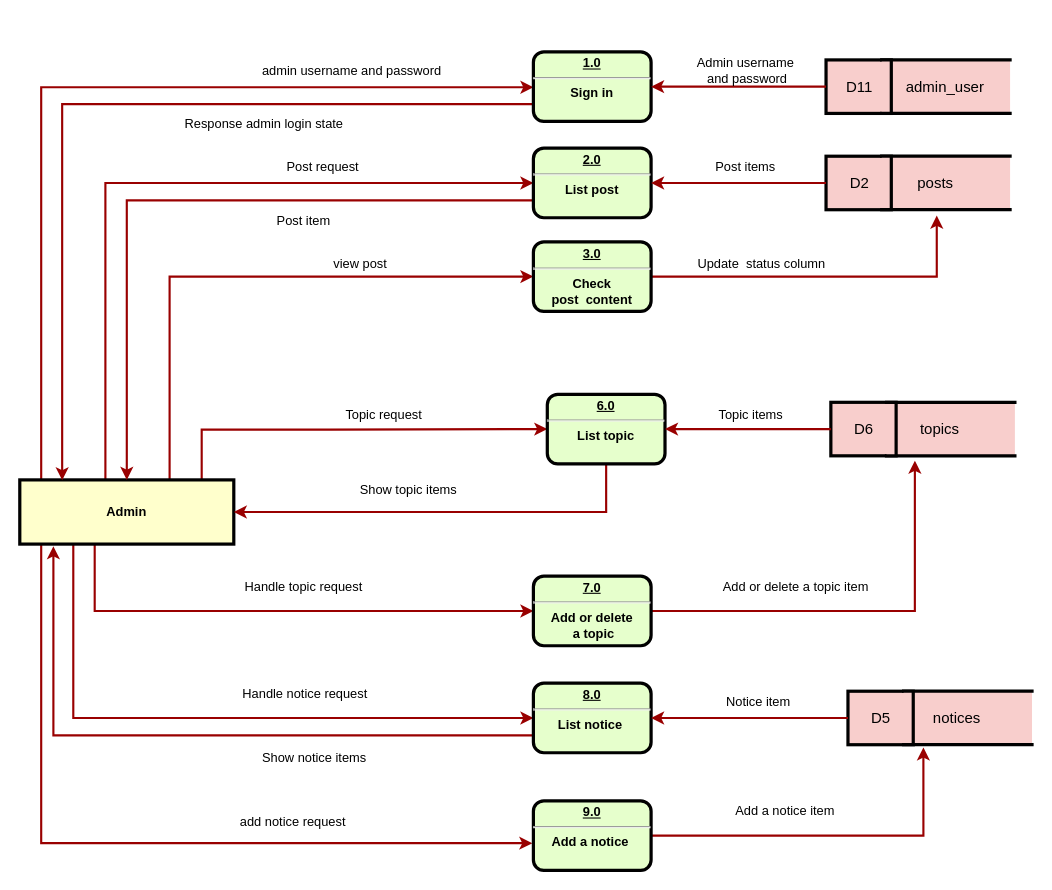
Earlier version of the draw.io diagram docs/admin.drawio (loveagri/zhihu). Source tidied: cells renumbered, new cells numbered last; positions are measured from the earlier drawing's top-left corner, leaving out a move shared by most shapes. Both pictures are drawn from the tidied source at 107%, with x=0, y=0 at pixel (19, 51).
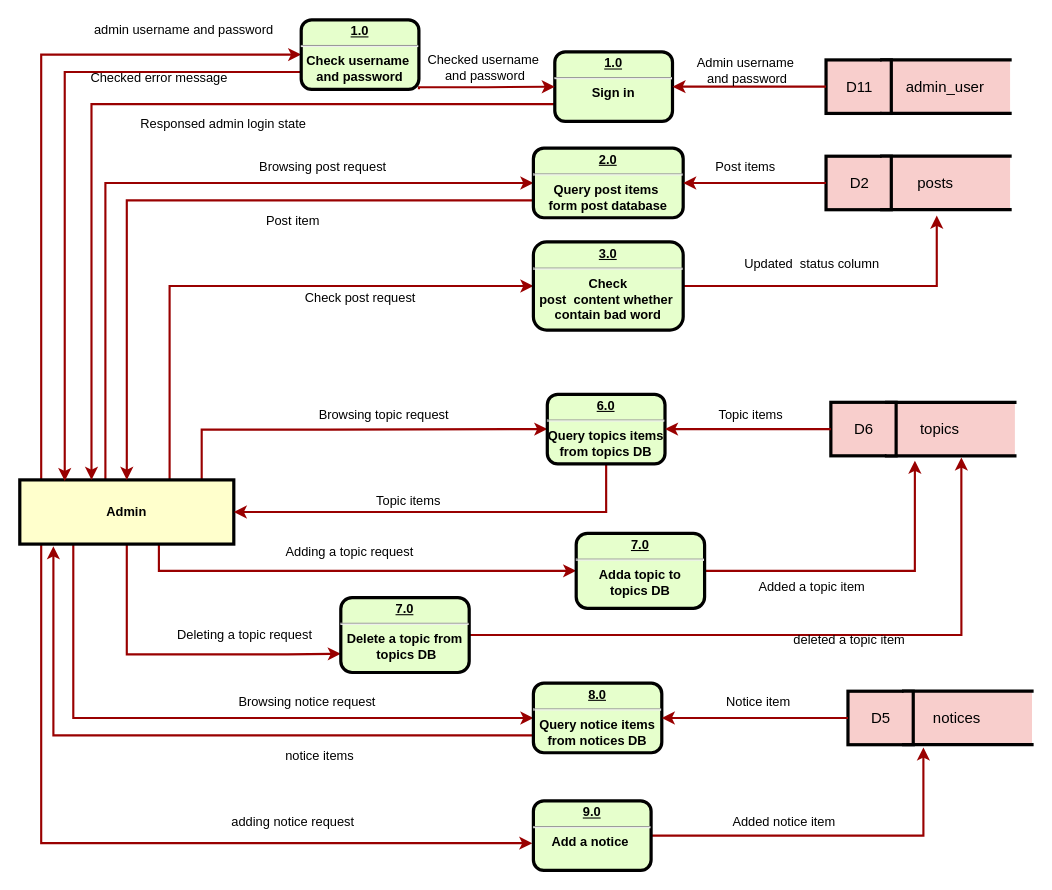
Above is the later version.

Unchanged cells that the change refers to:
```xml
<mxCell id="6" style="shape=partialRectangle;whiteSpace=wrap;html=1;left=0;right=0;fillColor=#f8cecc;strokeColor=#000000;strokeWidth=3;" parent="4" vertex="1">
  <mxGeometry x="52" width="120" height="50" as="geometry" />
</mxCell>
<mxCell id="17" value="Admin" style="whiteSpace=wrap;align=center;verticalAlign=middle;fontStyle=1;strokeWidth=3;fillColor=#FFFFCC;" parent="1" vertex="1">
  <mxGeometry y="400" width="200" height="60" as="geometry" />
</mxCell>
```

The edit, as a diff of the source:
```diff
@@
-    <mxCell id="11" style="edgeStyle=orthogonalEdgeStyle;rounded=0;jettySize=auto;html=1;strokeColor=#990000;strokeWidth=2;" parent="1" edge="1" source="17" target="48">
+    <mxCell id="11" style="edgeStyle=orthogonalEdgeStyle;rounded=0;jettySize=auto;html=1;strokeColor=#990000;strokeWidth=2;entryX=0;entryY=0.5;entryDx=0;entryDy=0;" parent="1" edge="1" source="17" target="81">
       <mxGeometry relative="1" as="geometry">
         <Array as="points">
-          <mxPoint x="20" y="33" />
+          <mxPoint x="20" y="3" />
         </Array>
       </mxGeometry>
     </mxCell>
@@
     <mxCell id="13" style="edgeStyle=orthogonalEdgeStyle;rounded=0;jettySize=auto;html=1;entryX=0;entryY=0.5;entryDx=0;entryDy=0;strokeColor=#990000;strokeWidth=2;" parent="1" edge="1" source="17" target="44">
       <mxGeometry relative="1" as="geometry">
         <Array as="points">
-          <mxPoint x="140" y="210" />
+          <mxPoint x="140" y="219" />
         </Array>
       </mxGeometry>
     </mxCell>
     <mxCell id="14" style="edgeStyle=orthogonalEdgeStyle;rounded=0;jettySize=auto;html=1;entryX=0;entryY=0.5;entryDx=0;entryDy=0;strokeColor=#990000;strokeWidth=2;" parent="1" edge="1" source="17" target="62">
       <mxGeometry relative="1" as="geometry">
         <Array as="points">
-          <mxPoint x="70" y="523" />
+          <mxPoint x="130" y="485" />
         </Array>
       </mxGeometry>
     </mxCell>
@@
+    <mxCell id="78" style="edgeStyle=orthogonalEdgeStyle;rounded=0;jettySize=auto;html=1;entryX=0;entryY=0.75;entryDx=0;entryDy=0;strokeColor=#990000;strokeWidth=2;" parent="1" edge="1" source="17" target="85">
+      <mxGeometry relative="1" as="geometry">
+        <Array as="points">
+          <mxPoint x="100" y="563" />
+          <mxPoint x="250" y="563" />
+        </Array>
+      </mxGeometry>
+    </mxCell>
@@
-    <mxCell id="19" value="&lt;p style=&quot;margin: 0px ; margin-top: 4px ; text-align: center ; text-decoration: underline&quot;&gt;2.0&lt;/p&gt;&lt;hr&gt;&lt;strong&gt;List post&lt;br&gt;&lt;/strong&gt;" style="verticalAlign=middle;align=center;overflow=fill;fontSize=12;fontFamily=Helvetica;html=1;rounded=1;fontStyle=1;strokeWidth=3;fillColor=#E6FFCC;" parent="1" vertex="1">
-      <mxGeometry x="480" y="90" width="110" height="65" as="geometry" />
+    <mxCell id="19" value="&lt;p style=&quot;margin: 0px ; margin-top: 4px ; text-align: center ; text-decoration: underline&quot;&gt;2.0&lt;/p&gt;&lt;hr&gt;&lt;strong&gt;Query post items&amp;nbsp;&lt;br&gt;form post database&lt;br&gt;&lt;/strong&gt;" style="verticalAlign=middle;align=center;overflow=fill;fontSize=12;fontFamily=Helvetica;html=1;rounded=1;fontStyle=1;strokeWidth=3;fillColor=#E6FFCC;" parent="1" vertex="1">
+      <mxGeometry x="480" y="90" width="140" height="65" as="geometry" />
     </mxCell>
@@
-    <mxCell id="28" value="Update&amp;nbsp; status column" style="text;html=1;align=center;verticalAlign=middle;" parent="1" vertex="1">
-      <mxGeometry x="628" y="188" width="130" height="20" as="geometry" />
+    <mxCell id="28" value="Updated&amp;nbsp; status column" style="text;html=1;align=center;verticalAlign=middle;" parent="1" vertex="1">
+      <mxGeometry x="670" y="188" width="140" height="20" as="geometry" />
     </mxCell>
-    <mxCell id="29" value="Post request" style="text;html=1;align=center;verticalAlign=middle;" parent="1" vertex="1">
-      <mxGeometry x="243" y="97.5" width="80" height="20" as="geometry" />
+    <mxCell id="29" value="Browsing post request" style="text;html=1;align=center;verticalAlign=middle;" parent="1" vertex="1">
+      <mxGeometry x="218" y="97.5" width="130" height="20" as="geometry" />
     </mxCell>
@@
-    <mxCell id="31" value="&lt;p style=&quot;margin: 0px ; margin-top: 4px ; text-align: center ; text-decoration: underline&quot;&gt;6.0&lt;/p&gt;&lt;hr&gt;&lt;strong&gt;List topic&lt;br&gt;&lt;/strong&gt;" style="verticalAlign=middle;align=center;overflow=fill;fontSize=12;fontFamily=Helvetica;html=1;rounded=1;fontStyle=1;strokeWidth=3;fillColor=#E6FFCC;" parent="1" vertex="1">
+    <mxCell id="31" value="&lt;p style=&quot;margin: 0px ; margin-top: 4px ; text-align: center ; text-decoration: underline&quot;&gt;6.0&lt;/p&gt;&lt;hr&gt;&lt;strong&gt;Query topics items&lt;br&gt;from topics DB&lt;br&gt;&lt;/strong&gt;" style="verticalAlign=middle;align=center;overflow=fill;fontSize=12;fontFamily=Helvetica;html=1;rounded=1;fontStyle=1;strokeWidth=3;fillColor=#E6FFCC;" parent="1" vertex="1">
       <mxGeometry x="493" y="320" width="110" height="65" as="geometry" />
     </mxCell>
@@
-    <mxCell id="41" value="&lt;p style=&quot;margin: 0px ; margin-top: 4px ; text-align: center ; text-decoration: underline&quot;&gt;8.0&lt;/p&gt;&lt;hr&gt;&lt;strong&gt;List notice&amp;nbsp;&lt;br&gt;&lt;/strong&gt;" style="verticalAlign=middle;align=center;overflow=fill;fontSize=12;fontFamily=Helvetica;html=1;rounded=1;fontStyle=1;strokeWidth=3;fillColor=#E6FFCC;" parent="1" vertex="1">
-      <mxGeometry x="480" y="590" width="110" height="65" as="geometry" />
+    <mxCell id="41" value="&lt;p style=&quot;margin: 0px ; margin-top: 4px ; text-align: center ; text-decoration: underline&quot;&gt;8.0&lt;/p&gt;&lt;hr&gt;&lt;strong&gt;Query notice items&lt;br&gt;from notices DB&lt;br&gt;&lt;/strong&gt;" style="verticalAlign=middle;align=center;overflow=fill;fontSize=12;fontFamily=Helvetica;html=1;rounded=1;fontStyle=1;strokeWidth=3;fillColor=#E6FFCC;" parent="1" vertex="1">
+      <mxGeometry x="480" y="590" width="120" height="65" as="geometry" />
     </mxCell>
-    <mxCell id="42" value="Add or delete a topic item" style="text;html=1;align=center;verticalAlign=middle;" parent="1" vertex="1">
-      <mxGeometry x="650" y="490" width="150" height="20" as="geometry" />
+    <mxCell id="42" value="Added a topic item" style="text;html=1;align=center;verticalAlign=middle;" parent="1" vertex="1">
+      <mxGeometry x="685" y="490" width="110" height="20" as="geometry" />
     </mxCell>
@@
-    <mxCell id="44" value="&lt;p style=&quot;margin: 0px ; margin-top: 4px ; text-align: center ; text-decoration: underline&quot;&gt;3.0&lt;/p&gt;&lt;hr&gt;&lt;strong&gt;Check &lt;br&gt;post&amp;nbsp; content&lt;br&gt;&lt;/strong&gt;" style="verticalAlign=middle;align=center;overflow=fill;fontSize=12;fontFamily=Helvetica;html=1;rounded=1;fontStyle=1;strokeWidth=3;fillColor=#E6FFCC;" parent="1" vertex="1">
-      <mxGeometry x="480" y="177.5" width="110" height="65" as="geometry" />
+    <mxCell id="44" value="&lt;p style=&quot;margin: 0px ; margin-top: 4px ; text-align: center ; text-decoration: underline&quot;&gt;3.0&lt;/p&gt;&lt;hr&gt;&lt;strong&gt;Check &lt;br&gt;post&amp;nbsp; content whether&amp;nbsp;&lt;br&gt;contain bad word&lt;br&gt;&lt;/strong&gt;" style="verticalAlign=middle;align=center;overflow=fill;fontSize=12;fontFamily=Helvetica;html=1;rounded=1;fontStyle=1;strokeWidth=3;fillColor=#E6FFCC;" parent="1" vertex="1">
+      <mxGeometry x="480" y="177.5" width="140" height="82.5" as="geometry" />
     </mxCell>
@@
-    <mxCell id="47" style="edgeStyle=orthogonalEdgeStyle;rounded=0;jettySize=auto;html=1;exitX=0;exitY=0.75;exitDx=0;exitDy=0;entryX=0.198;entryY=0.006;entryDx=0;entryDy=0;entryPerimeter=0;strokeColor=#990000;strokeWidth=2;" parent="1" edge="1" source="48" target="17">
-      <mxGeometry relative="1" as="geometry" />
+    <mxCell id="47" style="edgeStyle=orthogonalEdgeStyle;rounded=0;jettySize=auto;html=1;exitX=0;exitY=0.75;exitDx=0;exitDy=0;strokeColor=#990000;strokeWidth=2;" parent="1" edge="1" source="48" target="17">
+      <mxGeometry relative="1" as="geometry">
+        <Array as="points">
+          <mxPoint x="67" y="49" />
+        </Array>
+      </mxGeometry>
     </mxCell>
     <mxCell id="48" value="&lt;p style=&quot;margin: 0px ; margin-top: 4px ; text-align: center ; text-decoration: underline&quot;&gt;1.0&lt;/p&gt;&lt;hr&gt;&lt;strong&gt;Sign in&lt;br&gt;&lt;/strong&gt;" style="verticalAlign=middle;align=center;overflow=fill;fontSize=12;fontFamily=Helvetica;html=1;rounded=1;fontStyle=1;strokeWidth=3;fillColor=#E6FFCC;" parent="1" vertex="1">
-      <mxGeometry x="480" width="110" height="65" as="geometry" />
+      <mxGeometry x="500" width="110" height="65" as="geometry" />
     </mxCell>
@@
     <mxCell id="59" value="admin username and password" style="text;html=1;align=center;verticalAlign=middle;" parent="1" vertex="1">
-      <mxGeometry x="220" y="7.5" width="180" height="20" as="geometry" />
+      <mxGeometry x="63" y="-30" width="180" height="20" as="geometry" />
     </mxCell>
-    <mxCell id="60" value="view post" style="text;html=1;align=center;verticalAlign=middle;" parent="1" vertex="1">
-      <mxGeometry x="283" y="188" width="70" height="20" as="geometry" />
+    <mxCell id="60" value="Check post request" style="text;html=1;align=center;verticalAlign=middle;" parent="1" vertex="1">
+      <mxGeometry x="258" y="220" width="120" height="20" as="geometry" />
     </mxCell>
@@
-    <mxCell id="62" value="&lt;p style=&quot;margin: 0px ; margin-top: 4px ; text-align: center ; text-decoration: underline&quot;&gt;7.0&lt;/p&gt;&lt;hr&gt;&lt;strong&gt;Add or delete&lt;br&gt;&amp;nbsp;a topic&lt;br&gt;&lt;/strong&gt;" style="verticalAlign=middle;align=center;overflow=fill;fontSize=12;fontFamily=Helvetica;html=1;rounded=1;fontStyle=1;strokeWidth=3;fillColor=#E6FFCC;" parent="1" vertex="1">
-      <mxGeometry x="480" y="490" width="110" height="65" as="geometry" />
+    <mxCell id="62" value="&lt;p style=&quot;margin: 0px ; margin-top: 4px ; text-align: center ; text-decoration: underline&quot;&gt;7.0&lt;/p&gt;&lt;hr&gt;&lt;strong&gt;Adda topic to &lt;br&gt;topics DB&lt;br&gt;&lt;/strong&gt;" style="verticalAlign=middle;align=center;overflow=fill;fontSize=12;fontFamily=Helvetica;html=1;rounded=1;fontStyle=1;strokeWidth=3;fillColor=#E6FFCC;" parent="1" vertex="1">
+      <mxGeometry x="520" y="450" width="120" height="70" as="geometry" />
     </mxCell>
@@
-    <mxCell id="68" value="Add a notice item" style="text;html=1;align=center;verticalAlign=middle;" parent="1" vertex="1">
-      <mxGeometry x="660" y="700" width="110" height="20" as="geometry" />
+    <mxCell id="68" value="Added notice item" style="text;html=1;align=center;verticalAlign=middle;" parent="1" vertex="1">
+      <mxGeometry x="659" y="710" width="110" height="20" as="geometry" />
     </mxCell>
-    <mxCell id="69" value="Topic request" style="text;html=1;align=center;verticalAlign=middle;" parent="1" vertex="1">
-      <mxGeometry x="295" y="330" width="90" height="20" as="geometry" />
+    <mxCell id="69" value="Browsing topic request" style="text;html=1;align=center;verticalAlign=middle;" parent="1" vertex="1">
+      <mxGeometry x="270" y="330" width="140" height="20" as="geometry" />
     </mxCell>
-    <mxCell id="70" value="Handle topic request" style="text;html=1;align=center;verticalAlign=middle;" parent="1" vertex="1">
-      <mxGeometry x="200" y="490" width="130" height="20" as="geometry" />
+    <mxCell id="70" value="Adding a topic request" style="text;html=1;align=center;verticalAlign=middle;" parent="1" vertex="1">
+      <mxGeometry x="243" y="457.5" width="130" height="20" as="geometry" />
     </mxCell>
-    <mxCell id="71" value="Handle notice request&amp;nbsp;" style="text;html=1;align=center;verticalAlign=middle;" parent="1" vertex="1">
-      <mxGeometry x="198" y="590" width="140" height="20" as="geometry" />
+    <mxCell id="71" value="Browsing notice request&amp;nbsp;" style="text;html=1;align=center;verticalAlign=middle;" parent="1" vertex="1">
+      <mxGeometry x="195" y="597.5" width="150" height="20" as="geometry" />
     </mxCell>
-    <mxCell id="72" value="add notice request" style="text;html=1;align=center;verticalAlign=middle;" parent="1" vertex="1">
-      <mxGeometry x="200" y="710" width="110" height="20" as="geometry" />
+    <mxCell id="72" value="adding notice request" style="text;html=1;align=center;verticalAlign=middle;" parent="1" vertex="1">
+      <mxGeometry x="190" y="710" width="130" height="20" as="geometry" />
     </mxCell>
@@
-    <mxCell id="74" value="Show notice items" style="text;html=1;align=center;verticalAlign=middle;" parent="1" vertex="1">
-      <mxGeometry x="220" y="650" width="110" height="20" as="geometry" />
+    <mxCell id="74" value="notice items" style="text;html=1;align=center;verticalAlign=middle;" parent="1" vertex="1">
+      <mxGeometry x="240" y="647.5" width="80" height="20" as="geometry" />
     </mxCell>
-    <mxCell id="75" value="Show topic items" style="text;html=1;align=center;verticalAlign=middle;" parent="1" vertex="1">
-      <mxGeometry x="308" y="400" width="110" height="20" as="geometry" />
+    <mxCell id="75" value="Topic items" style="text;html=1;align=center;verticalAlign=middle;" parent="1" vertex="1">
+      <mxGeometry x="323" y="410" width="80" height="20" as="geometry" />
     </mxCell>
-    <mxCell id="76" value="Response admin login state" style="text;html=1;align=center;verticalAlign=middle;" parent="1" vertex="1">
-      <mxGeometry x="148" y="57.5" width="160" height="20" as="geometry" />
+    <mxCell id="76" value="Responsed admin login state" style="text;html=1;align=center;verticalAlign=middle;" parent="1" vertex="1">
+      <mxGeometry x="105" y="57.5" width="170" height="20" as="geometry" />
     </mxCell>
     <mxCell id="77" value="Post item" style="text;html=1;align=center;verticalAlign=middle;" parent="1" vertex="1">
-      <mxGeometry x="230" y="147.5" width="70" height="20" as="geometry" />
+      <mxGeometry x="220" y="147.5" width="70" height="20" as="geometry" />
     </mxCell>
+    <mxCell id="79" style="edgeStyle=orthogonalEdgeStyle;rounded=0;jettySize=auto;html=1;exitX=0;exitY=0.75;exitDx=0;exitDy=0;entryX=0.21;entryY=0.017;entryDx=0;entryDy=0;entryPerimeter=0;strokeColor=#990000;strokeWidth=2;" parent="1" edge="1" source="81" target="17">
+      <mxGeometry relative="1" as="geometry" />
+    </mxCell>
+    <mxCell id="80" style="edgeStyle=orthogonalEdgeStyle;rounded=0;jettySize=auto;html=1;exitX=1;exitY=1;exitDx=0;exitDy=0;entryX=0;entryY=0.5;entryDx=0;entryDy=0;strokeColor=#990000;strokeWidth=2;" parent="1" edge="1" source="81" target="48">
+      <mxGeometry relative="1" as="geometry">
+        <Array as="points">
+          <mxPoint x="373" y="33" />
+          <mxPoint x="437" y="33" />
+        </Array>
+      </mxGeometry>
+    </mxCell>
+    <mxCell id="81" value="&lt;p style=&quot;margin: 0px ; margin-top: 4px ; text-align: center ; text-decoration: underline&quot;&gt;1.0&lt;/p&gt;&lt;hr&gt;&lt;strong&gt;Check username&amp;nbsp;&lt;br&gt;and password&lt;br&gt;&lt;/strong&gt;" style="verticalAlign=middle;align=center;overflow=fill;fontSize=12;fontFamily=Helvetica;html=1;rounded=1;fontStyle=1;strokeWidth=3;fillColor=#E6FFCC;" parent="1" vertex="1">
+      <mxGeometry x="263" y="-30" width="110" height="65" as="geometry" />
+    </mxCell>
+    <mxCell id="82" value="Checked error message" style="text;html=1;align=center;verticalAlign=middle;" parent="1" vertex="1">
+      <mxGeometry x="60" y="15" width="140" height="20" as="geometry" />
+    </mxCell>
+    <mxCell id="83" value="Checked username&lt;br&gt;&amp;nbsp;and password" style="text;html=1;align=center;verticalAlign=middle;" parent="1" vertex="1">
+      <mxGeometry x="373" width="120" height="30" as="geometry" />
+    </mxCell>
+    <mxCell id="84" style="edgeStyle=orthogonalEdgeStyle;rounded=0;jettySize=auto;html=1;entryX=0.583;entryY=1.03;entryDx=0;entryDy=0;entryPerimeter=0;strokeColor=#990000;strokeWidth=2;" parent="1" edge="1" source="85" target="6">
+      <mxGeometry relative="1" as="geometry" />
+    </mxCell>
+    <mxCell id="85" value="&lt;p style=&quot;margin: 0px ; margin-top: 4px ; text-align: center ; text-decoration: underline&quot;&gt;7.0&lt;/p&gt;&lt;hr&gt;&lt;strong&gt;Delete a topic from&lt;br&gt;&amp;nbsp;topics DB&lt;br&gt;&lt;/strong&gt;" style="verticalAlign=middle;align=center;overflow=fill;fontSize=12;fontFamily=Helvetica;html=1;rounded=1;fontStyle=1;strokeWidth=3;fillColor=#E6FFCC;" parent="1" vertex="1">
+      <mxGeometry x="300" y="510" width="120" height="70" as="geometry" />
+    </mxCell>
+    <mxCell id="86" value="Deleting a topic request" style="text;html=1;align=center;verticalAlign=middle;" parent="1" vertex="1">
+      <mxGeometry x="140" y="535" width="140" height="20" as="geometry" />
+    </mxCell>
+    <mxCell id="87" value="deleted a topic item" style="text;html=1;align=center;verticalAlign=middle;" parent="1" vertex="1">
+      <mxGeometry x="715" y="540" width="120" height="20" as="geometry" />
+    </mxCell>
```
